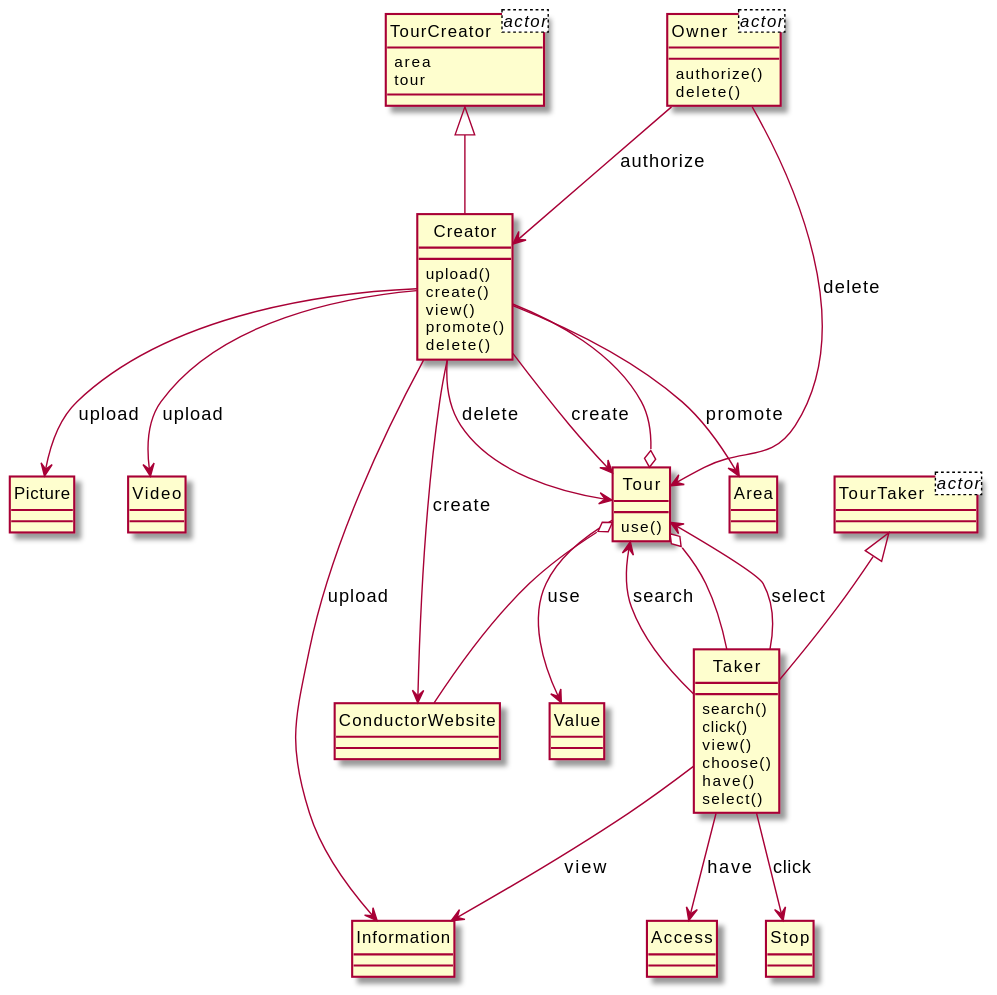
Earlier version of the PlantUML export output/diagram_5/2015-USC-Project05.svg (xixixhalu/DomainModelExtractor).
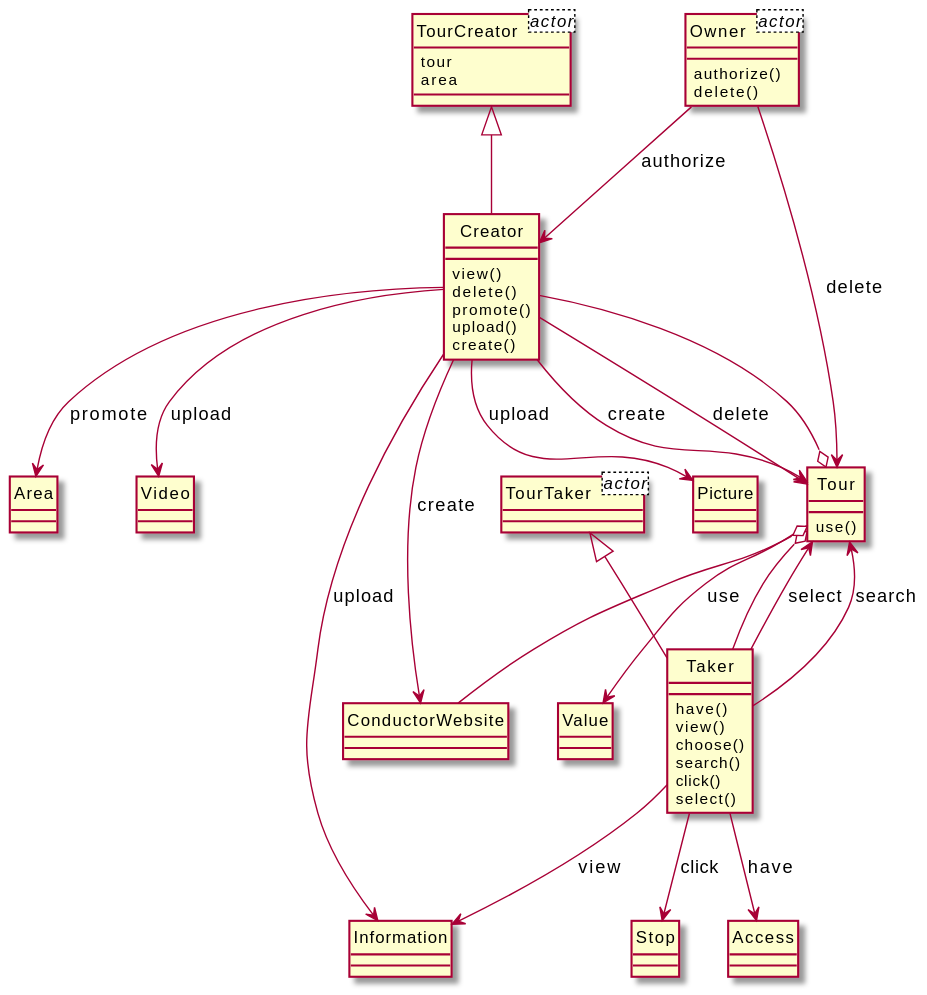
The same file after the commit.

Change to the diagram source:
```diff
@@ -1,73 +1,73 @@
 @startuml
 hide circle
 class TourCreator<actor> {
+	tour
 	area
-	tour
 }
 class Owner<actor> {
 }
 class TourTaker<actor> {
 }
 class Taker {
+	have()
+	view()
+	choose()
 	search()
 	click()
+	select()
+}
+class Creator {
 	view()
-	choose()
-	have()
-	select()
+	delete()
+	promote()
+	upload()
+	create()
 }
 class ConductorWebsite {
 }
-class Creator {
-	upload()
-	create()
-	view()
-	promote()
-	delete()
-}
-class Area {
+class Picture {
 }
 class Information {
 }
-class Stop {
-}
-class Picture {
+class Owner {
+	authorize()
+	delete()
 }
 class Tour {
 	use()
 }
 class Access {
 }
-class Owner {
-	authorize()
-	delete()
+class Area {
 }
 class Value {
 }
 class Video {
 }
+class Stop {
+}
 class TourTaker {
 }
 class TourCreator {
 }
+Creator --> Picture : upload
+Creator --> Information : upload
+Taker --> Information : view
+Tour --> Value : use
+Owner --> Tour : delete
+Creator --> ConductorWebsite : create
+Taker --> Tour : select
+Taker --> Tour : search
+Creator --> Tour : create
+Owner --> Creator : authorize
+Taker --> Access : have
+TourTaker <|-- Taker
+Creator --> Video : upload
+Tour o-- ConductorWebsite
 Creator --> Area : promote
-Owner --> Creator : authorize
-Taker --> Information : view
-Taker --> Tour : select
 Taker --> Stop : click
 Tour o-- Creator
-Creator --> ConductorWebsite : create
-Creator --> Picture : upload
-Creator --> Tour : delete
-Creator --> Information : upload
-Creator --> Tour : create
-Owner --> Tour : delete
-Tour --> Value : use
-Tour o-- ConductorWebsite
-Creator --> Video : upload
-TourTaker <|-- Taker
 TourCreator <|-- Creator
 Tour o-- Taker
-Taker --> Tour : search
-Taker --> Access : have
+Creator --> Tour : delete
 @enduml
```
